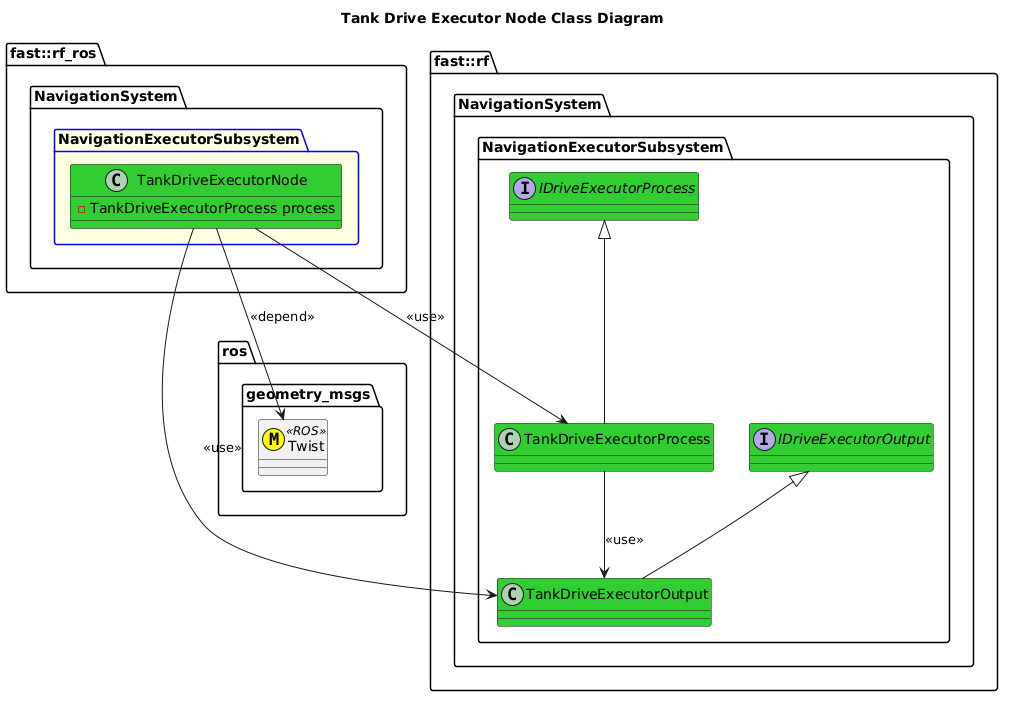
This is Systems/Navigation/Subsystems/NavigationExecutor/Nodes/DriveExecutor/TankDriveExecutorNode/doc/puml/TankDriveExecutorNodeClassDiagram.png from fastrobotics/robot_framework_ros, a PlantUML export, as it was before one commit.
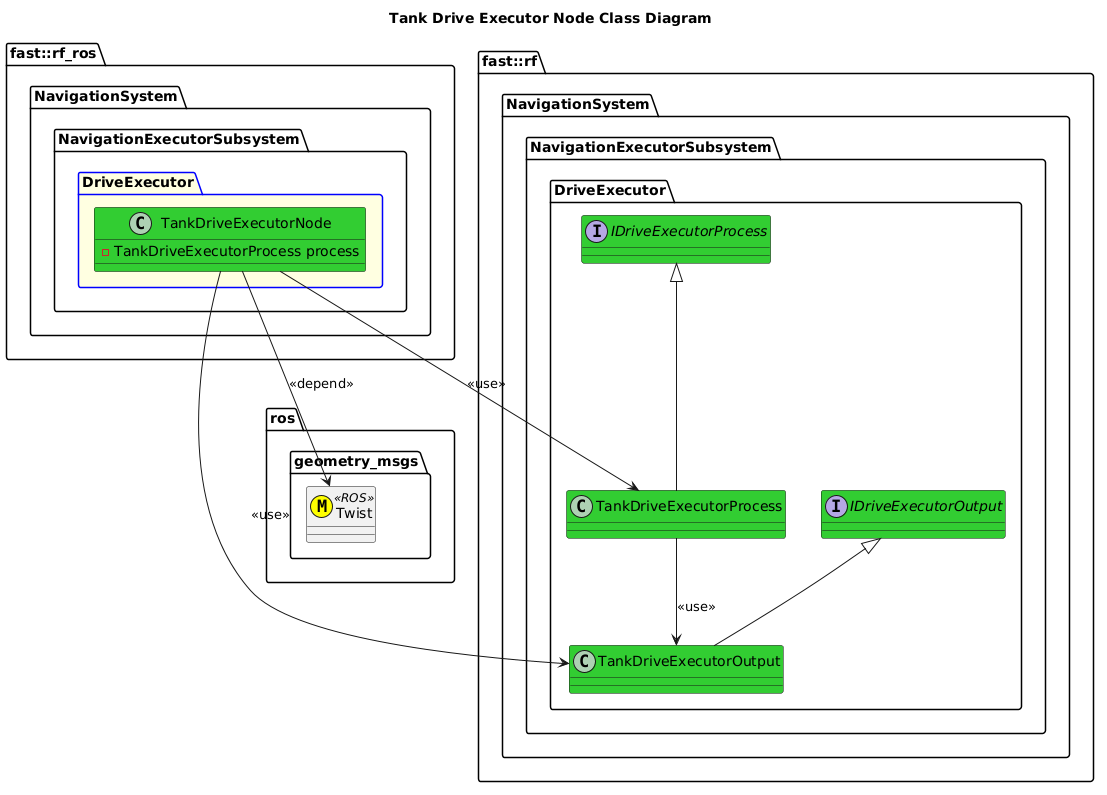
The same file after the commit.

What changed in the source:
```diff
@@ -9,26 +9,30 @@
 namespace fast::rf {
     namespace NavigationSystem {
         namespace NavigationExecutorSubsystem {
-            interface IDriveExecutorProcess #LimeGreen {}
-            interface IDriveExecutorOutput #LimeGreen {}
-            class TankDriveExecutorProcess #LimeGreen {}
-            class TankDriveExecutorOutput #LimeGreen {}
-            TankDriveExecutorProcess -up-|> IDriveExecutorProcess
+            namespace DriveExecutor {
+                interface IDriveExecutorProcess #LimeGreen {}
+                interface IDriveExecutorOutput #LimeGreen {}
+                class TankDriveExecutorProcess #LimeGreen {}
+                class TankDriveExecutorOutput #LimeGreen {}
+                TankDriveExecutorProcess -up-|> IDriveExecutorProcess
 
-            TankDriveExecutorOutput -up-|> IDriveExecutorOutput
-            TankDriveExecutorProcess --> TankDriveExecutorOutput: <<use>>
+                TankDriveExecutorOutput -up-|> IDriveExecutorOutput
+                TankDriveExecutorProcess --> TankDriveExecutorOutput: <<use>>
+            }
         }
     }
 }
 namespace fast::rf_ros {
    namespace NavigationSystem {
-        package NavigationExecutorSubsystem #LightYellow;line:blue {
-            class TankDriveExecutorNode #LimeGreen {
-                -TankDriveExecutorProcess process
+        namespace NavigationExecutorSubsystem {
+            package DriveExecutor #LightYellow;line:blue {
+                class TankDriveExecutorNode #LimeGreen {
+                    -TankDriveExecutorProcess process
+                }
+                TankDriveExecutorNode --> TankDriveExecutorProcess: <<use>>
+                TankDriveExecutorNode --> TankDriveExecutorOutput: <<use>>
+                TankDriveExecutorNode --> Twist: <<depend>>
             }
-            TankDriveExecutorNode --> TankDriveExecutorProcess: <<use>>
-            TankDriveExecutorNode --> TankDriveExecutorOutput: <<use>>
-            TankDriveExecutorNode --> Twist: <<depend>>
         }
     }
 }
```
